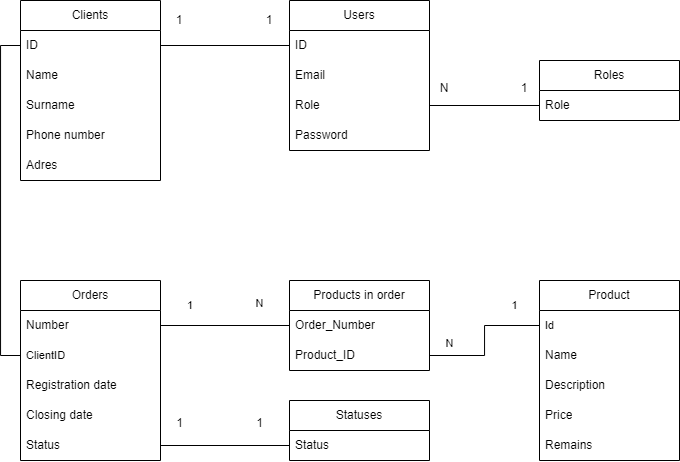
Earlier version of the draw.io export src/main/resources/Shema_DB_Store.png (dOJer113/store). Source tidied: cells renumbered, new cells last; positions are measured from the earlier drawing's top-left corner, leaving out a move shared by most shapes. The source it was exported from:
```xml
<mxGraphModel>
  <root>
    <mxCell id="0" />
    <mxCell id="1" parent="0" />
    <mxCell id="2" value="Clients" style="swimlane;fontStyle=0;horizontal=1;startSize=30;whiteSpace=wrap;html=1;" parent="1" vertex="1">
      <mxGeometry width="140" height="180" as="geometry" />
    </mxCell>
    <mxCell id="3" value="ID" style="text;strokeColor=none;fillColor=none;align=left;verticalAlign=middle;spacingLeft=4;spacingRight=4;overflow=hidden;points=[[0,0.5],[1,0.5]];portConstraint=eastwest;whiteSpace=wrap;html=1;" parent="2" vertex="1">
      <mxGeometry y="30" width="140" height="30" as="geometry" />
    </mxCell>
    <mxCell id="4" value="Name" style="text;strokeColor=none;fillColor=none;align=left;verticalAlign=middle;spacingLeft=4;spacingRight=4;overflow=hidden;whiteSpace=wrap;html=1;" parent="2" vertex="1">
      <mxGeometry y="60" width="140" height="30" as="geometry" />
    </mxCell>
    <mxCell id="5" value="Surname" style="text;strokeColor=none;fillColor=none;align=left;verticalAlign=middle;spacingLeft=4;spacingRight=4;overflow=hidden;whiteSpace=wrap;html=1;" parent="2" vertex="1">
      <mxGeometry y="90" width="140" height="30" as="geometry" />
    </mxCell>
    <mxCell id="6" value="Phone number" style="text;strokeColor=none;fillColor=none;align=left;verticalAlign=middle;spacingLeft=4;spacingRight=4;overflow=hidden;whiteSpace=wrap;html=1;" parent="2" vertex="1">
      <mxGeometry y="120" width="140" height="30" as="geometry" />
    </mxCell>
    <mxCell id="7" value="Adres" style="text;strokeColor=none;fillColor=none;align=left;verticalAlign=middle;spacingLeft=4;spacingRight=4;overflow=hidden;whiteSpace=wrap;html=1;" parent="2" vertex="1">
      <mxGeometry y="150" width="140" height="30" as="geometry" />
    </mxCell>
    <mxCell id="8" value="Users" style="swimlane;fontStyle=0;horizontal=1;startSize=30;whiteSpace=wrap;html=1;" parent="1" vertex="1">
      <mxGeometry x="269" width="140" height="150" as="geometry" />
    </mxCell>
    <mxCell id="9" value="ID" style="text;strokeColor=none;fillColor=none;align=left;verticalAlign=middle;spacingLeft=4;spacingRight=4;overflow=hidden;points=[[0,0.5],[1,0.5]];portConstraint=eastwest;whiteSpace=wrap;html=1;" parent="8" vertex="1">
      <mxGeometry y="30" width="140" height="30" as="geometry" />
    </mxCell>
    <mxCell id="10" value="Email&lt;span style=&quot;white-space: pre;&quot;&gt;&#9;&lt;/span&gt;" style="text;strokeColor=none;fillColor=none;align=left;verticalAlign=middle;spacingLeft=4;spacingRight=4;overflow=hidden;whiteSpace=wrap;html=1;" parent="8" vertex="1">
      <mxGeometry y="60" width="140" height="30" as="geometry" />
    </mxCell>
    <mxCell id="11" value="Role" style="text;strokeColor=none;fillColor=none;align=left;verticalAlign=middle;spacingLeft=4;spacingRight=4;overflow=hidden;points=[[0,0.5],[1,0.5]];portConstraint=eastwest;whiteSpace=wrap;html=1;" parent="8" vertex="1">
      <mxGeometry y="90" width="140" height="30" as="geometry" />
    </mxCell>
    <mxCell id="12" value="Password" style="text;strokeColor=none;fillColor=none;align=left;verticalAlign=middle;spacingLeft=4;spacingRight=4;overflow=hidden;whiteSpace=wrap;html=1;" parent="8" vertex="1">
      <mxGeometry y="120" width="140" height="30" as="geometry" />
    </mxCell>
    <mxCell id="13" style="edgeStyle=orthogonalEdgeStyle;rounded=0;jettySize=auto;html=1;entryX=0;entryY=0.5;entryDx=0;entryDy=0;endArrow=none;endFill=0;" parent="1" edge="1" source="3" target="9">
      <mxGeometry relative="1" as="geometry" />
    </mxCell>
    <mxCell id="14" value="1" style="text;html=1;align=center;verticalAlign=middle;whiteSpace=wrap;rounded=0;" parent="1" vertex="1">
      <mxGeometry x="139" width="40" height="40" as="geometry" />
    </mxCell>
    <mxCell id="15" value="1" style="text;html=1;align=center;verticalAlign=middle;whiteSpace=wrap;rounded=0;" parent="1" vertex="1">
      <mxGeometry x="229" width="40" height="40" as="geometry" />
    </mxCell>
    <mxCell id="16" value="Roles" style="swimlane;fontStyle=0;horizontal=1;startSize=30;whiteSpace=wrap;html=1;" parent="1" vertex="1">
      <mxGeometry x="519" y="60" width="140" height="60" as="geometry" />
    </mxCell>
    <mxCell id="17" value="Role" style="text;strokeColor=none;fillColor=none;align=left;verticalAlign=middle;spacingLeft=4;spacingRight=4;overflow=hidden;points=[[0,0.5],[1,0.5]];portConstraint=eastwest;whiteSpace=wrap;html=1;" parent="16" vertex="1">
      <mxGeometry y="30" width="140" height="30" as="geometry" />
    </mxCell>
    <mxCell id="18" style="edgeStyle=orthogonalEdgeStyle;rounded=0;jettySize=auto;html=1;endArrow=none;endFill=0;" parent="1" edge="1" source="11" target="17">
      <mxGeometry relative="1" as="geometry" />
    </mxCell>
    <mxCell id="19" value="N" style="text;html=1;align=center;verticalAlign=middle;whiteSpace=wrap;rounded=0;" parent="1" vertex="1">
      <mxGeometry x="409" y="70" width="30" height="35" as="geometry" />
    </mxCell>
    <mxCell id="20" value="1" style="text;html=1;align=center;verticalAlign=middle;whiteSpace=wrap;rounded=0;" parent="1" vertex="1">
      <mxGeometry x="489" y="70" width="30" height="35" as="geometry" />
    </mxCell>
    <mxCell id="21" value="Orders" style="swimlane;fontStyle=0;horizontal=1;startSize=30;whiteSpace=wrap;html=1;" parent="1" vertex="1">
      <mxGeometry y="280" width="140" height="180" as="geometry" />
    </mxCell>
    <mxCell id="22" value="Number" style="text;strokeColor=none;fillColor=none;align=left;verticalAlign=middle;spacingLeft=4;spacingRight=4;overflow=hidden;points=[[0,0.5],[1,0.5]];portConstraint=eastwest;whiteSpace=wrap;html=1;" parent="21" vertex="1">
      <mxGeometry y="30" width="140" height="30" as="geometry" />
    </mxCell>
    <mxCell id="23" value="ClientID" style="text;strokeColor=none;fillColor=none;align=left;verticalAlign=middle;spacingLeft=4;spacingRight=4;overflow=hidden;points=[[0,0.5],[1,0.5]];portConstraint=eastwest;whiteSpace=wrap;html=1;fontFamily=Helvetica;fontSize=11;fontColor=default;labelBackgroundColor=default;" parent="21" vertex="1">
      <mxGeometry y="60" width="140" height="30" as="geometry" />
    </mxCell>
    <mxCell id="24" value="Registration date" style="text;strokeColor=none;fillColor=none;align=left;verticalAlign=middle;spacingLeft=4;spacingRight=4;overflow=hidden;whiteSpace=wrap;html=1;" parent="21" vertex="1">
      <mxGeometry y="90" width="140" height="30" as="geometry" />
    </mxCell>
    <mxCell id="25" value="Сlosing date" style="text;strokeColor=none;fillColor=none;align=left;verticalAlign=middle;spacingLeft=4;spacingRight=4;overflow=hidden;whiteSpace=wrap;html=1;" parent="21" vertex="1">
      <mxGeometry y="120" width="140" height="30" as="geometry" />
    </mxCell>
    <mxCell id="26" value="Status" style="text;strokeColor=none;fillColor=none;align=left;verticalAlign=middle;spacingLeft=4;spacingRight=4;overflow=hidden;points=[[0,0.5],[1,0.5]];portConstraint=eastwest;whiteSpace=wrap;html=1;" parent="21" vertex="1">
      <mxGeometry y="150" width="140" height="30" as="geometry" />
    </mxCell>
    <mxCell id="27" value="Product" style="swimlane;fontStyle=0;horizontal=1;startSize=30;whiteSpace=wrap;html=1;" parent="1" vertex="1">
      <mxGeometry x="519" y="280" width="140" height="180" as="geometry" />
    </mxCell>
    <mxCell id="28" value="Id" style="text;strokeColor=none;fillColor=none;align=left;verticalAlign=middle;spacingLeft=4;spacingRight=4;overflow=hidden;points=[[0,0.5],[1,0.5]];portConstraint=eastwest;whiteSpace=wrap;html=1;fontFamily=Helvetica;fontSize=11;fontColor=default;labelBackgroundColor=default;" parent="27" vertex="1">
      <mxGeometry y="30" width="140" height="30" as="geometry" />
    </mxCell>
    <mxCell id="29" value="Name" style="text;strokeColor=none;fillColor=none;align=left;verticalAlign=middle;spacingLeft=4;spacingRight=4;overflow=hidden;whiteSpace=wrap;html=1;" parent="27" vertex="1">
      <mxGeometry y="60" width="140" height="30" as="geometry" />
    </mxCell>
    <mxCell id="30" value="Description" style="text;strokeColor=none;fillColor=none;align=left;verticalAlign=middle;spacingLeft=4;spacingRight=4;overflow=hidden;whiteSpace=wrap;html=1;" parent="27" vertex="1">
      <mxGeometry y="90" width="140" height="30" as="geometry" />
    </mxCell>
    <mxCell id="31" value="Price" style="text;strokeColor=none;fillColor=none;align=left;verticalAlign=middle;spacingLeft=4;spacingRight=4;overflow=hidden;whiteSpace=wrap;html=1;" parent="27" vertex="1">
      <mxGeometry y="120" width="140" height="30" as="geometry" />
    </mxCell>
    <mxCell id="32" value="&lt;span style=&quot;white-space-collapse: preserve;&quot; class=&quot;EzKURWReUAB5oZgtQNkl&quot;&gt;Remains&lt;/span&gt;" style="text;strokeColor=none;fillColor=none;align=left;verticalAlign=middle;spacingLeft=4;spacingRight=4;overflow=hidden;whiteSpace=wrap;html=1;" parent="27" vertex="1">
      <mxGeometry y="150" width="140" height="30" as="geometry" />
    </mxCell>
    <mxCell id="33" value="Products in order" style="swimlane;fontStyle=0;horizontal=1;startSize=30;whiteSpace=wrap;html=1;" parent="1" vertex="1">
      <mxGeometry x="269" y="280" width="140" height="90" as="geometry" />
    </mxCell>
    <mxCell id="34" value="Order_Number" style="text;strokeColor=none;fillColor=none;align=left;verticalAlign=middle;spacingLeft=4;spacingRight=4;overflow=hidden;points=[[0,0.5],[1,0.5]];portConstraint=eastwest;whiteSpace=wrap;html=1;" parent="33" vertex="1">
      <mxGeometry y="30" width="140" height="30" as="geometry" />
    </mxCell>
    <mxCell id="35" value="Product_ID" style="text;strokeColor=none;fillColor=none;align=left;verticalAlign=middle;spacingLeft=4;spacingRight=4;overflow=hidden;points=[[0,0.5],[1,0.5]];portConstraint=eastwest;whiteSpace=wrap;html=1;" parent="33" vertex="1">
      <mxGeometry y="60" width="140" height="30" as="geometry" />
    </mxCell>
    <mxCell id="36" style="edgeStyle=orthogonalEdgeStyle;rounded=0;jettySize=auto;html=1;entryX=0;entryY=0.5;entryDx=0;entryDy=0;endArrow=none;endFill=0;" parent="1" edge="1" source="22" target="34">
      <mxGeometry relative="1" as="geometry" />
    </mxCell>
    <mxCell id="37" style="edgeStyle=orthogonalEdgeStyle;rounded=0;jettySize=auto;html=1;entryX=0;entryY=0.5;entryDx=0;entryDy=0;endArrow=none;endFill=0;" parent="1" edge="1" source="35" target="28">
      <mxGeometry relative="1" as="geometry" />
    </mxCell>
    <mxCell id="38" value="1" style="text;html=1;align=center;verticalAlign=middle;whiteSpace=wrap;rounded=0;fontFamily=Helvetica;fontSize=11;fontColor=default;labelBackgroundColor=default;" parent="1" vertex="1">
      <mxGeometry x="140" y="290" width="60" height="30" as="geometry" />
    </mxCell>
    <mxCell id="39" value="N" style="text;html=1;align=center;verticalAlign=middle;strokeColor=none;fillColor=none;fontFamily=Helvetica;fontSize=11;fontColor=default;labelBackgroundColor=default;" parent="1" vertex="1">
      <mxGeometry x="224" y="288" width="30" height="30" as="geometry" />
    </mxCell>
    <mxCell id="40" value="N" style="text;html=1;align=center;verticalAlign=middle;strokeColor=none;fillColor=none;fontFamily=Helvetica;fontSize=11;fontColor=default;labelBackgroundColor=default;" parent="1" vertex="1">
      <mxGeometry x="414" y="328" width="30" height="30" as="geometry" />
    </mxCell>
    <mxCell id="41" value="1" style="text;html=1;align=center;verticalAlign=middle;strokeColor=none;fillColor=none;fontFamily=Helvetica;fontSize=11;fontColor=default;labelBackgroundColor=default;" parent="1" vertex="1">
      <mxGeometry x="479" y="290" width="30" height="30" as="geometry" />
    </mxCell>
    <mxCell id="42" style="edgeStyle=orthogonalEdgeStyle;rounded=0;jettySize=auto;html=1;entryX=0;entryY=0.5;entryDx=0;entryDy=0;strokeColor=default;align=center;verticalAlign=middle;fontFamily=Helvetica;fontSize=11;fontColor=default;labelBackgroundColor=default;endArrow=none;endFill=0;" parent="1" edge="1" source="23" target="3">
      <mxGeometry relative="1" as="geometry" />
    </mxCell>
    <mxCell id="43" value="Statuses" style="swimlane;fontStyle=0;horizontal=1;startSize=30;whiteSpace=wrap;html=1;" parent="1" vertex="1">
      <mxGeometry x="269" y="400" width="140" height="60" as="geometry" />
    </mxCell>
    <mxCell id="44" value="Status" style="text;strokeColor=none;fillColor=none;align=left;verticalAlign=middle;spacingLeft=4;spacingRight=4;overflow=hidden;points=[[0,0.5],[1,0.5]];portConstraint=eastwest;whiteSpace=wrap;html=1;" parent="43" vertex="1">
      <mxGeometry y="30" width="140" height="30" as="geometry" />
    </mxCell>
    <mxCell id="45" style="edgeStyle=orthogonalEdgeStyle;rounded=0;jettySize=auto;html=1;entryX=0;entryY=0.5;entryDx=0;entryDy=0;endArrow=none;endFill=0;" parent="1" edge="1" source="26" target="44">
      <mxGeometry relative="1" as="geometry" />
    </mxCell>
    <mxCell id="46" value="1" style="text;html=1;align=center;verticalAlign=middle;strokeColor=none;fillColor=none;" parent="1" vertex="1">
      <mxGeometry x="144" y="408" width="30" height="30" as="geometry" />
    </mxCell>
    <mxCell id="47" value="1" style="text;html=1;align=center;verticalAlign=middle;strokeColor=none;fillColor=none;" parent="1" vertex="1">
      <mxGeometry x="224" y="408" width="30" height="30" as="geometry" />
    </mxCell>
  </root>
</mxGraphModel>
```
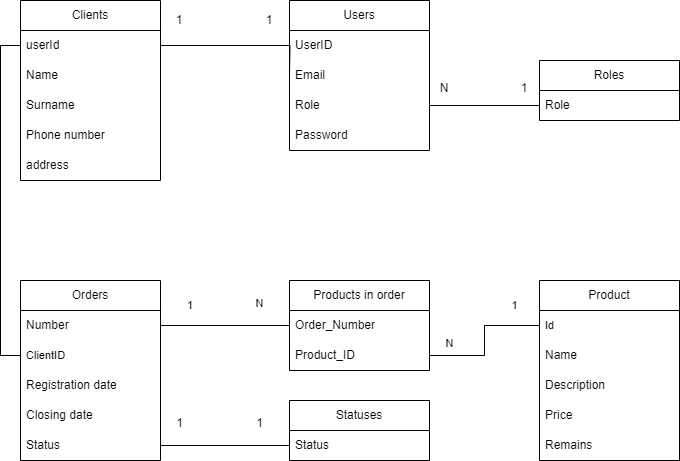
After the change.

What changed in the source:
```diff
@@ -5,7 +5,7 @@
     <mxCell id="2" value="Clients" style="swimlane;fontStyle=0;horizontal=1;startSize=30;whiteSpace=wrap;html=1;" parent="1" vertex="1">
       <mxGeometry width="140" height="180" as="geometry" />
     </mxCell>
-    <mxCell id="3" value="ID" style="text;strokeColor=none;fillColor=none;align=left;verticalAlign=middle;spacingLeft=4;spacingRight=4;overflow=hidden;points=[[0,0.5],[1,0.5]];portConstraint=eastwest;whiteSpace=wrap;html=1;" parent="2" vertex="1">
+    <mxCell id="3" value="userId" style="text;strokeColor=none;fillColor=none;align=left;verticalAlign=middle;spacingLeft=4;spacingRight=4;overflow=hidden;points=[[0,0.5],[1,0.5]];portConstraint=eastwest;whiteSpace=wrap;html=1;" parent="2" vertex="1">
       <mxGeometry y="30" width="140" height="30" as="geometry" />
     </mxCell>
     <mxCell id="4" value="Name" style="text;strokeColor=none;fillColor=none;align=left;verticalAlign=middle;spacingLeft=4;spacingRight=4;overflow=hidden;whiteSpace=wrap;html=1;" parent="2" vertex="1">
@@ -17,15 +17,15 @@
     <mxCell id="6" value="Phone number" style="text;strokeColor=none;fillColor=none;align=left;verticalAlign=middle;spacingLeft=4;spacingRight=4;overflow=hidden;whiteSpace=wrap;html=1;" parent="2" vertex="1">
       <mxGeometry y="120" width="140" height="30" as="geometry" />
     </mxCell>
-    <mxCell id="7" value="Adres" style="text;strokeColor=none;fillColor=none;align=left;verticalAlign=middle;spacingLeft=4;spacingRight=4;overflow=hidden;whiteSpace=wrap;html=1;" parent="2" vertex="1">
+    <mxCell id="7" value="address" style="text;strokeColor=none;fillColor=none;align=left;verticalAlign=middle;spacingLeft=4;spacingRight=4;overflow=hidden;whiteSpace=wrap;html=1;" parent="2" vertex="1">
       <mxGeometry y="150" width="140" height="30" as="geometry" />
     </mxCell>
     <mxCell id="8" value="Users" style="swimlane;fontStyle=0;horizontal=1;startSize=30;whiteSpace=wrap;html=1;" parent="1" vertex="1">
       <mxGeometry x="269" width="140" height="150" as="geometry" />
     </mxCell>
-    <mxCell id="9" value="ID" style="text;strokeColor=none;fillColor=none;align=left;verticalAlign=middle;spacingLeft=4;spacingRight=4;overflow=hidden;points=[[0,0.5],[1,0.5]];portConstraint=eastwest;whiteSpace=wrap;html=1;" parent="8" vertex="1">
-      <mxGeometry y="30" width="140" height="30" as="geometry" />
-    </mxCell>
+    <mxCell id="48" value="UserID" style="text;strokeColor=none;fillColor=none;align=left;verticalAlign=middle;spacingLeft=4;spacingRight=4;overflow=hidden;whiteSpace=wrap;html=1;" parent="8" vertex="1">
+      <mxGeometry y="30" width="140" height="30" as="geometry" />
+    </mxCell>
     <mxCell id="10" value="Email&lt;span style=&quot;white-space: pre;&quot;&gt;&#9;&lt;/span&gt;" style="text;strokeColor=none;fillColor=none;align=left;verticalAlign=middle;spacingLeft=4;spacingRight=4;overflow=hidden;whiteSpace=wrap;html=1;" parent="8" vertex="1">
       <mxGeometry y="60" width="140" height="30" as="geometry" />
     </mxCell>
@@ -35,8 +35,10 @@
     <mxCell id="12" value="Password" style="text;strokeColor=none;fillColor=none;align=left;verticalAlign=middle;spacingLeft=4;spacingRight=4;overflow=hidden;whiteSpace=wrap;html=1;" parent="8" vertex="1">
       <mxGeometry y="120" width="140" height="30" as="geometry" />
     </mxCell>
-    <mxCell id="13" style="edgeStyle=orthogonalEdgeStyle;rounded=0;jettySize=auto;html=1;entryX=0;entryY=0.5;entryDx=0;entryDy=0;endArrow=none;endFill=0;" parent="1" edge="1" source="3" target="9">
-      <mxGeometry relative="1" as="geometry" />
+    <mxCell id="13" style="edgeStyle=orthogonalEdgeStyle;rounded=0;jettySize=auto;html=1;entryX=0;entryY=0.5;entryDx=0;entryDy=0;endArrow=none;endFill=0;" parent="1" edge="1" source="3">
+      <mxGeometry relative="1" as="geometry">
+        <mxPoint x="269" y="75" as="targetPoint" />
+      </mxGeometry>
     </mxCell>
     <mxCell id="14" value="1" style="text;html=1;align=center;verticalAlign=middle;whiteSpace=wrap;rounded=0;" parent="1" vertex="1">
       <mxGeometry x="139" width="40" height="40" as="geometry" />
```
